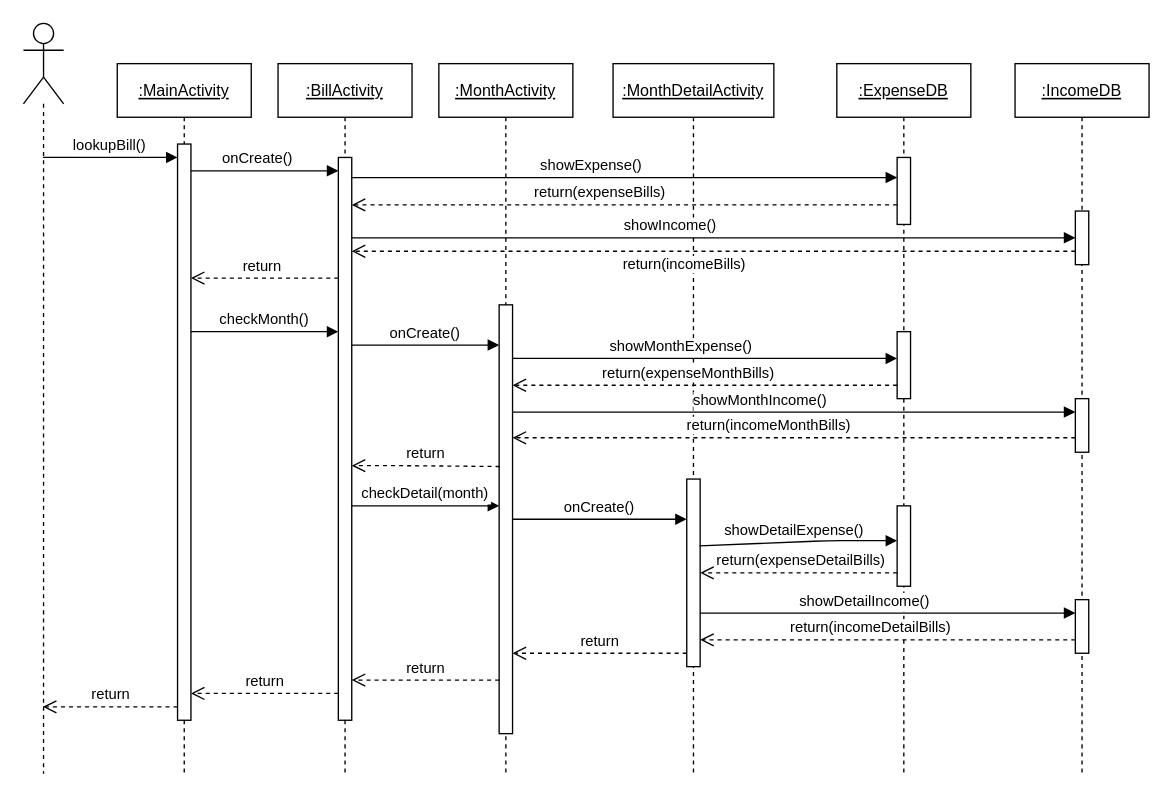
The draw.io diagram page "查看账单" (4 of 4) of addBill.drawio in Hengjiu99/UML, before the edit. Source tidied: cells renumbered, new cells numbered last; positions are measured from the earlier drawing's top-left corner, leaving out a move shared by most shapes. Both pictures are drawn from the tidied source at 134%, with x=0, y=0 at pixel (23, 23).
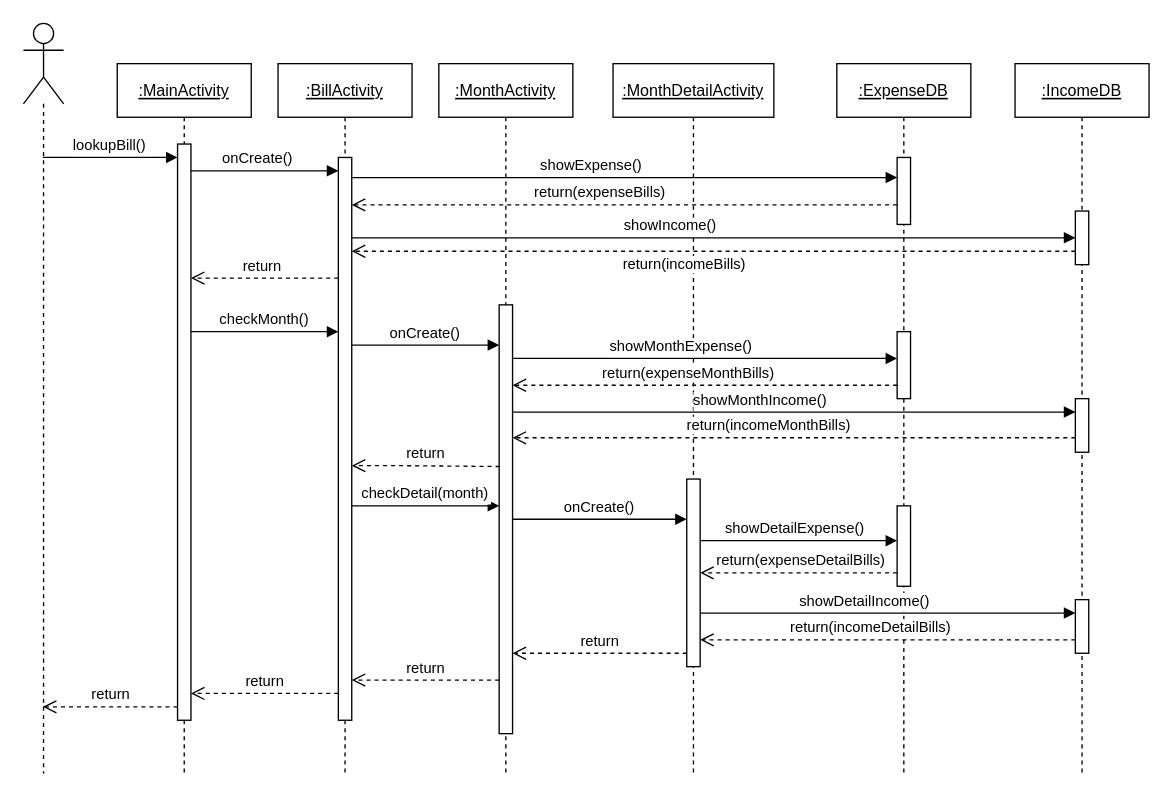
Above is the later version.

Unchanged cells that the change refers to:
```xml
<mxCell id="19" style="points=[];perimeter=orthogonalPerimeter;rounded=0;shadow=0;strokeWidth=1;" parent="18" vertex="1">
  <mxGeometry x="55" y="310" width="10" height="140" as="geometry" />
</mxCell>
<mxCell id="25" style="points=[];perimeter=orthogonalPerimeter;rounded=0;shadow=0;strokeWidth=1;" parent="22" vertex="1">
  <mxGeometry x="45" y="330" width="10" height="60" as="geometry" />
</mxCell>
```

What changed in the source:
```diff
@@
-    <mxCell id="36" value="showDetailExpense()" style="verticalAlign=bottom;endArrow=block;shadow=0;strokeWidth=1;exitX=0.95;exitY=0.356;exitDx=0;exitDy=0;exitPerimeter=0;" parent="1" edge="1" source="19" target="25">
+    <mxCell id="36" value="showDetailExpense()" style="verticalAlign=bottom;endArrow=block;shadow=0;strokeWidth=1;" parent="1" edge="1" source="19" target="25">
       <mxGeometry x="-0.04" relative="1" as="geometry">
         <Array as="points">
           <mxPoint x="600" y="386" />
         </Array>
       </mxGeometry>
     </mxCell>
```
